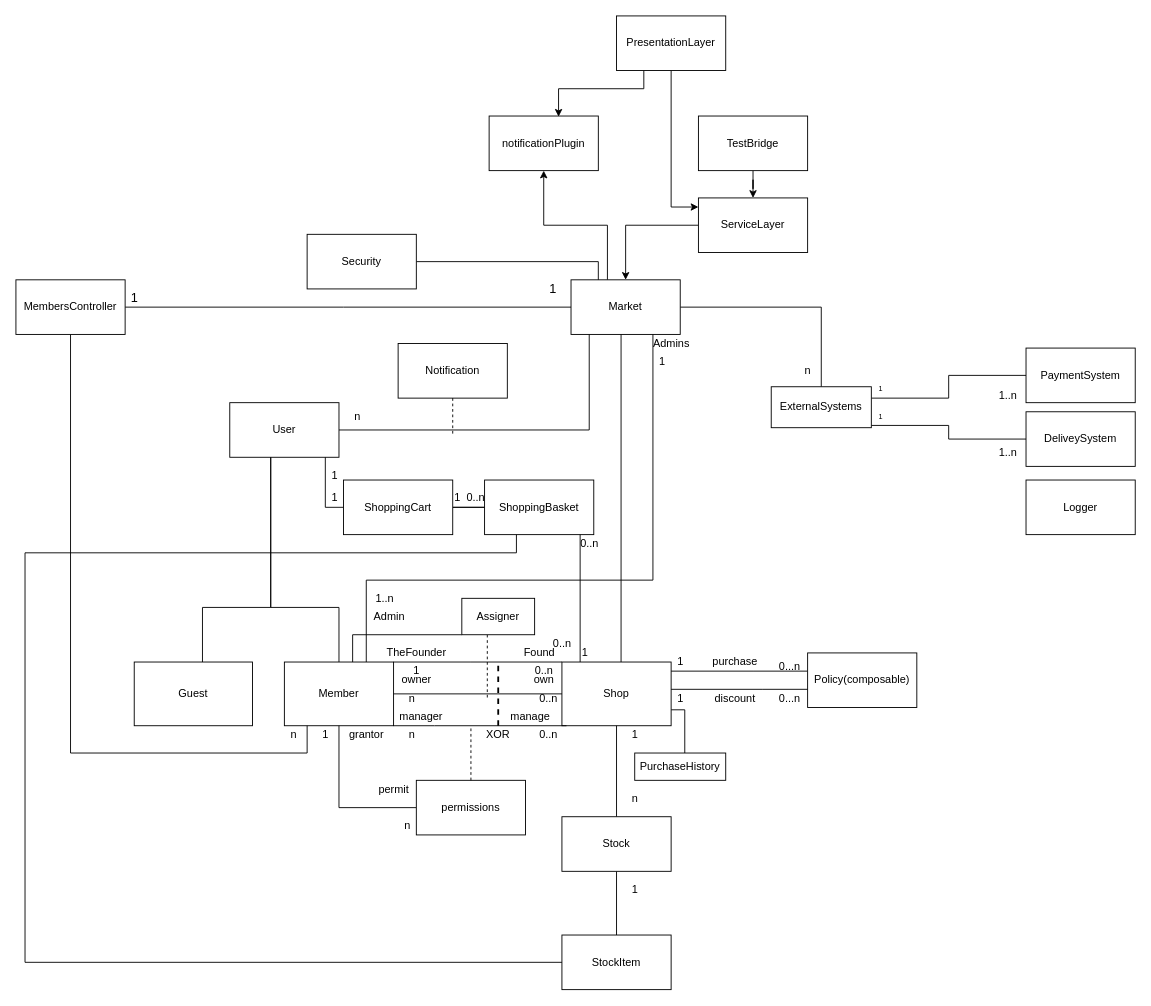
Before: Docs/V0.2_WhiteDiagram.drawio in mikecprogram/workshop-special-potato-shuk, a draw.io diagram. Source tidied: cells renumbered, new cells numbered last; positions are measured from the earlier drawing's top-left corner, leaving out a move shared by most shapes. Both pictures are drawn from the tidied source at 91%, with x=0, y=0 at pixel (15, 15).
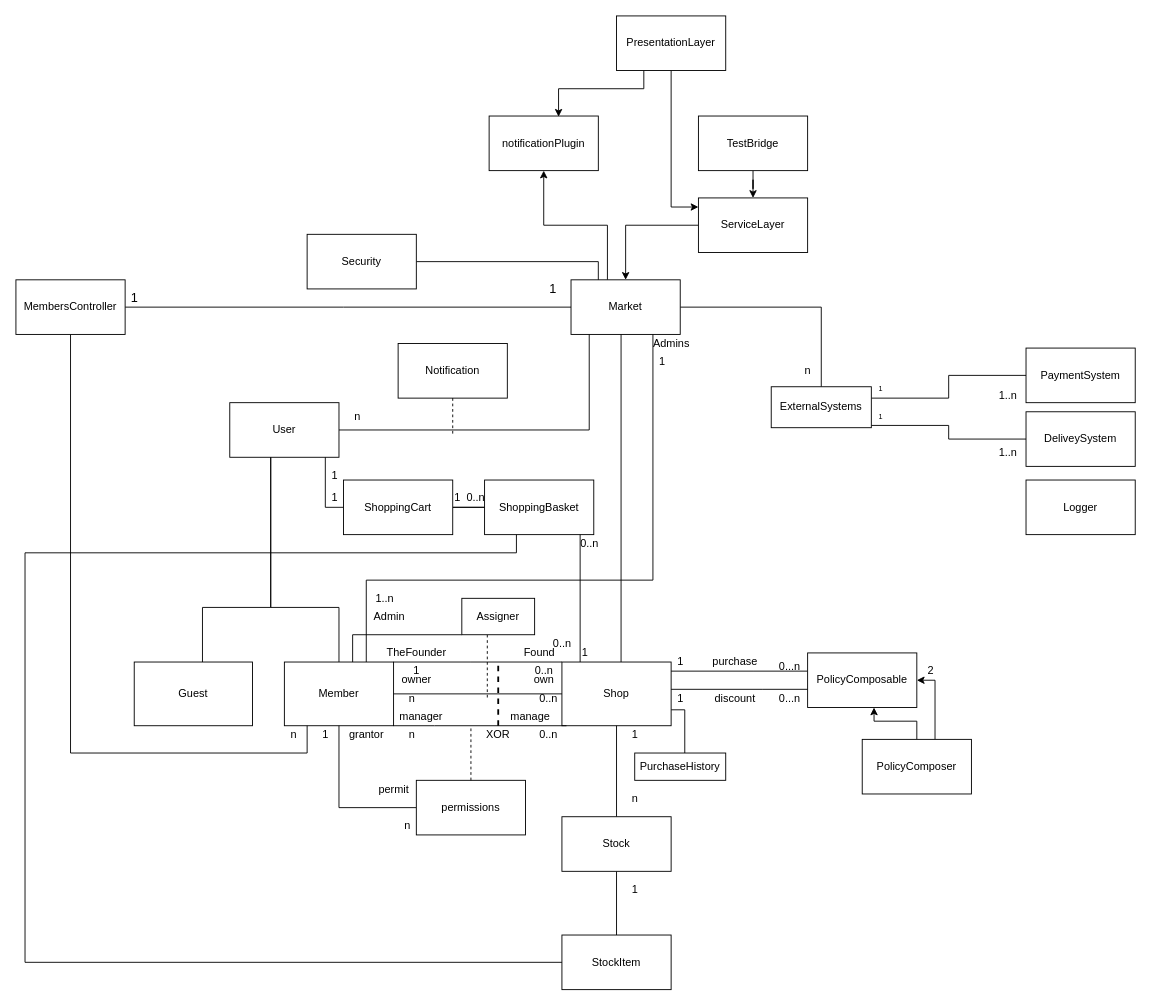
Above is the later version.

The edit, as a diff of the source:
```diff
@@
-    <mxCell id="70" value="&lt;span style=&quot;background-color: rgb(255 , 255 , 255)&quot;&gt;Policy(composable)&lt;/span&gt;" style="rounded=0;whiteSpace=wrap;html=1;" parent="1" vertex="1">
+    <mxCell id="70" value="&lt;span style=&quot;background-color: rgb(255 , 255 , 255)&quot;&gt;PolicyComposable&lt;/span&gt;" style="rounded=0;whiteSpace=wrap;html=1;" parent="1" vertex="1">
       <mxGeometry x="870" y="700" width="120" height="60" as="geometry" />
     </mxCell>
@@
+    <mxCell id="106" style="edgeStyle=orthogonalEdgeStyle;rounded=0;jettySize=auto;html=1;entryX=0.608;entryY=1;entryDx=0;entryDy=0;entryPerimeter=0;" parent="1" edge="1" source="108" target="70">
+      <mxGeometry relative="1" as="geometry" />
+    </mxCell>
+    <mxCell id="107" style="edgeStyle=orthogonalEdgeStyle;rounded=0;jettySize=auto;html=1;entryX=1;entryY=0.5;entryDx=0;entryDy=0;" parent="1" edge="1" source="108" target="70">
+      <mxGeometry relative="1" as="geometry">
+        <Array as="points">
+          <mxPoint x="1010" y="730" />
+        </Array>
+      </mxGeometry>
+    </mxCell>
+    <mxCell id="108" value="&lt;span style=&quot;background-color: rgb(255 , 255 , 255)&quot;&gt;PolicyComposer&lt;/span&gt;" style="rounded=0;whiteSpace=wrap;html=1;" parent="1" vertex="1">
+      <mxGeometry x="930" y="795" width="120" height="60" as="geometry" />
+    </mxCell>
+    <mxCell id="109" value="2" style="text;html=1;align=center;verticalAlign=middle;strokeColor=none;fillColor=none;" parent="1" vertex="1">
+      <mxGeometry x="990" y="705" width="30" height="30" as="geometry" />
+    </mxCell>
```
